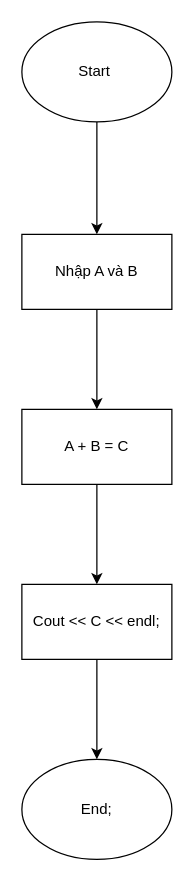
This is tính tổng a và b.drawio from phamcongthanhvn2k6/draw.io, a draw.io file, before an edit. Source tidied: cells renumbered, new cells numbered last; positions are measured from the earlier drawing's top-left corner, leaving out a move shared by most shapes. Both pictures are drawn from the tidied source at 125%, with x=0, y=0 at pixel (21, 21).
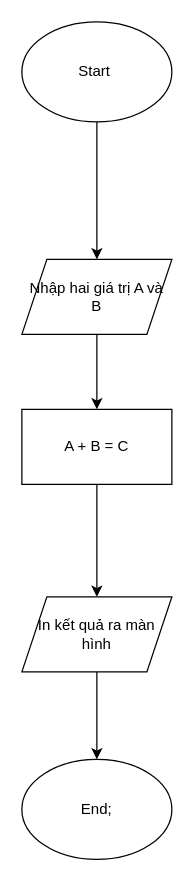
After the change.

Commit message:
Cập nhật tính tổng a và b.drawio

What changed in the source:
```diff
@@
 <mxGraphModel>
   <root>
     <mxCell id="0" />
     <mxCell id="1" parent="0" />
-    <mxCell id="2" style="edgeStyle=orthogonalEdgeStyle;rounded=0;jettySize=auto;html=1;" parent="1" edge="1" source="3" target="5">
+    <mxCell id="2" style="edgeStyle=orthogonalEdgeStyle;rounded=0;jettySize=auto;html=1;entryX=0.5;entryY=0;entryDx=0;entryDy=0;" parent="1" edge="1" source="3" target="11">
       <mxGeometry relative="1" as="geometry" />
     </mxCell>
     <mxCell id="3" value="Start&amp;nbsp;" style="ellipse;whiteSpace=wrap;html=1;" parent="1" vertex="1">
       <mxGeometry width="120" height="80" as="geometry" />
     </mxCell>
-    <mxCell id="4" style="edgeStyle=orthogonalEdgeStyle;rounded=0;jettySize=auto;html=1;" parent="1" edge="1" source="5" target="7">
+    <mxCell id="4" style="edgeStyle=orthogonalEdgeStyle;rounded=0;jettySize=auto;html=1;exitX=0.5;exitY=1;exitDx=0;exitDy=0;" parent="1" edge="1" source="11" target="7">
       <mxGeometry relative="1" as="geometry" />
     </mxCell>
-    <mxCell id="5" value="Nhập A và B" style="whiteSpace=wrap;html=1;" parent="1" vertex="1">
-      <mxGeometry y="170" width="120" height="60" as="geometry" />
-    </mxCell>
-    <mxCell id="6" style="edgeStyle=orthogonalEdgeStyle;rounded=0;jettySize=auto;html=1;" parent="1" edge="1" source="7" target="9">
+    <mxCell id="6" style="edgeStyle=orthogonalEdgeStyle;rounded=0;jettySize=auto;html=1;entryX=0.5;entryY=0;entryDx=0;entryDy=0;" parent="1" edge="1" source="7" target="12">
       <mxGeometry relative="1" as="geometry" />
     </mxCell>
     <mxCell id="7" value="A + B = C" style="whiteSpace=wrap;html=1;" parent="1" vertex="1">
       <mxGeometry y="310" width="120" height="60" as="geometry" />
     </mxCell>
-    <mxCell id="8" style="edgeStyle=orthogonalEdgeStyle;rounded=0;jettySize=auto;html=1;entryX=0.5;entryY=0;entryDx=0;entryDy=0;" parent="1" edge="1" source="9" target="10">
+    <mxCell id="8" style="edgeStyle=orthogonalEdgeStyle;rounded=0;jettySize=auto;html=1;entryX=0.5;entryY=0;entryDx=0;entryDy=0;exitX=0.5;exitY=1;exitDx=0;exitDy=0;" parent="1" edge="1" source="12" target="10">
       <mxGeometry relative="1" as="geometry" />
     </mxCell>
-    <mxCell id="9" value="Cout &amp;lt;&amp;lt; C &amp;lt;&amp;lt; endl;" style="whiteSpace=wrap;html=1;" parent="1" vertex="1">
-      <mxGeometry y="450" width="120" height="60" as="geometry" />
-    </mxCell>
     <mxCell id="10" value="End;" style="ellipse;whiteSpace=wrap;html=1;" parent="1" vertex="1">
       <mxGeometry y="590" width="120" height="80" as="geometry" />
     </mxCell>
+    <mxCell id="11" value="Nhập hai giá trị A và B" style="shape=parallelogram;perimeter=parallelogramPerimeter;whiteSpace=wrap;html=1;fixedSize=1;" parent="1" vertex="1">
+      <mxGeometry y="190" width="120" height="60" as="geometry" />
+    </mxCell>
+    <mxCell id="12" value="In kết quả ra màn hình" style="shape=parallelogram;perimeter=parallelogramPerimeter;whiteSpace=wrap;html=1;fixedSize=1;" parent="1" vertex="1">
+      <mxGeometry y="460" width="120" height="60" as="geometry" />
+    </mxCell>
   </root>
 </mxGraphModel>
```
